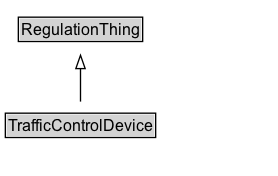
Above: docs/diagrams/TrafficControlDevice.dot.png in k-vaughn/ontology-its-regulation (Graphviz), before the change. Its source is kept beside it as docs/diagrams/TrafficControlDevice.dot.
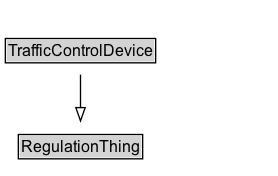
After the commit.

Diff of the diagram source:
```diff
@@ -2,14 +2,14 @@
 	graph [overlap=false rankdir=TB splines=true]
 	node [fontname=Arial fontsize=12 margin=0 shape=none]
 	edge [fontname=Arial fontsize=11]
+	TrafficControlDevice [label=<<TABLE BORDER="1" CELLBORDER="0" CELLSPACING="0" CELLPADDING="1"><TR><TD BGCOLOR="lightgray" ALIGN="CENTER">TrafficControlDevice</TD></TR></TABLE>> URL="../TrafficControlDevice" margin=0]
 	{
 		rank=max
-		TrafficControlDevice [label=<<TABLE BORDER="1" CELLBORDER="0" CELLSPACING="0" CELLPADDING="1"><TR><TD BGCOLOR="lightgray" ALIGN="CENTER" PORT="e">TrafficControlDevice</TD></TR></TABLE>> URL="../TrafficControlDevice.md" margin=0]
 	}
 	subgraph cluster_associated {
 		label="" style=invis
 		Invis [label=<<TABLE BORDER="0" CELLBORDER="0" CELLSPACING="0" CELLPADDING="1"><TR><TD></TD></TR></TABLE>> margin=0 style=invis]
 	}
-	RegulationThing [label=<<TABLE BORDER="1" CELLBORDER="0" CELLSPACING="0" CELLPADDING="1"><TR><TD BGCOLOR="lightgray" ALIGN="CENTER">RegulationThing</TD></TR></TABLE>> URL="../RegulationThing.md" margin=0]
+	RegulationThing [label=<<TABLE BORDER="1" CELLBORDER="0" CELLSPACING="0" CELLPADDING="1"><TR><TD BGCOLOR="lightgray" ALIGN="CENTER">RegulationThing</TD></TR></TABLE>> URL="../RegulationThing" margin=0]
 	TrafficControlDevice -> RegulationThing [arrowhead=onormal style=solid]
 }
```
